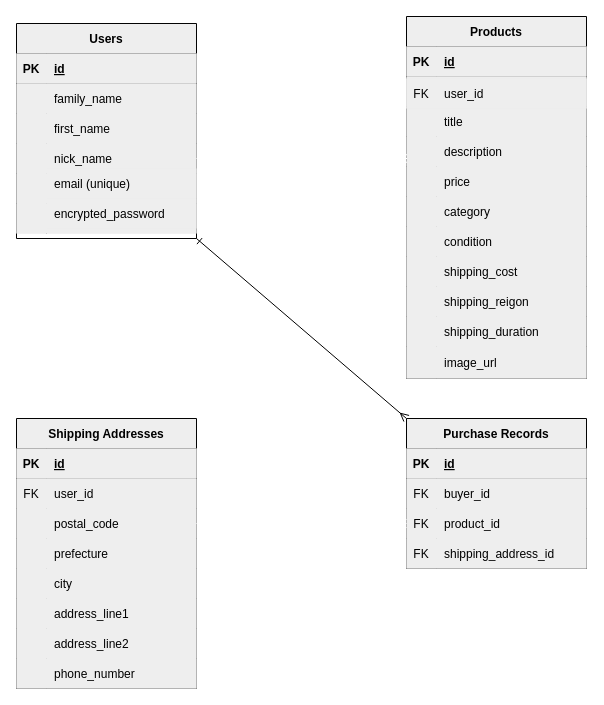
Earlier version of the draw.io diagram ER図.dio (swanmask353/furima-40464). Source tidied: cells renumbered, new cells numbered last; positions are measured from the earlier drawing's top-left corner, leaving out a move shared by most shapes. Both pictures are drawn from the tidied source at 100%, with x=0, y=0 at pixel (-44, 16).
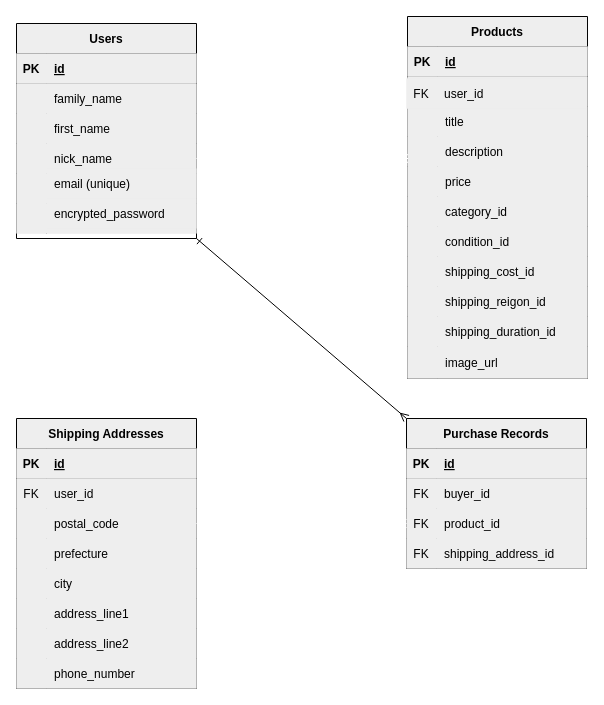
The same page after the edit.

Commit message (it also covers changes not shown here):
ER図の変更（再）

Unchanged cells that the change refers to:
```xml
<mxCell id="39" style="shape=tableRow;horizontal=0;startSize=0;swimlaneHead=0;swimlaneBody=0;fillColor=#eeeeee;top=0;left=0;right=0;bottom=0;strokeColor=#030303;fontColor=#000000;" parent="23" vertex="1">
  <mxGeometry y="180" width="180" height="30" as="geometry" />
</mxCell>
<mxCell id="42" style="shape=tableRow;horizontal=0;startSize=0;swimlaneHead=0;swimlaneBody=0;fillColor=#eeeeee;top=0;left=0;right=0;bottom=0;strokeColor=#030303;fontColor=#000000;" parent="23" vertex="1">
  <mxGeometry y="210" width="180" height="30" as="geometry" />
</mxCell>
<mxCell id="45" style="shape=tableRow;horizontal=0;startSize=0;swimlaneHead=0;swimlaneBody=0;fillColor=#eeeeee;top=0;left=0;right=0;bottom=0;strokeColor=#030303;fontColor=#000000;" parent="23" vertex="1">
  <mxGeometry y="240" width="180" height="30" as="geometry" />
</mxCell>
<mxCell id="48" style="shape=tableRow;horizontal=0;startSize=0;swimlaneHead=0;swimlaneBody=0;fillColor=#eeeeee;top=0;left=0;right=0;bottom=0;strokeColor=#030303;fontColor=#000000;" parent="23" vertex="1">
  <mxGeometry y="270" width="180" height="30" as="geometry" />
</mxCell>
<mxCell id="51" style="shape=tableRow;horizontal=0;startSize=0;swimlaneHead=0;swimlaneBody=0;fillColor=#eeeeee;top=0;left=0;right=0;bottom=0;strokeColor=#030303;fontColor=#000000;" parent="23" vertex="1">
  <mxGeometry y="300" width="180" height="30" as="geometry" />
</mxCell>
```

The edit, as a diff of the source:
```diff
@@
     <mxCell id="23" value="Products" style="shape=table;startSize=30;childLayout=tableLayout;rowLines=0;fontStyle=1;align=center;strokeColor=#030303;fillColor=#eeeeee;fontColor=#000000;" parent="1" vertex="1">
-      <mxGeometry x="450" width="180" height="362" as="geometry" />
+      <mxGeometry x="451" width="180" height="362" as="geometry" />
     </mxCell>
@@
-    <mxCell id="41" value="category" style="shape=partialRectangle;fillColor=#eeeeee;top=0;left=0;bottom=0;right=0;align=left;spacingLeft=6;overflow=hidden;strokeColor=#030303;fontColor=#000000;" parent="39" vertex="1">
+    <mxCell id="41" value="category_id   " style="shape=partialRectangle;fillColor=#eeeeee;top=0;left=0;bottom=0;right=0;align=left;spacingLeft=6;overflow=hidden;strokeColor=#030303;fontColor=#000000;" parent="39" vertex="1">
       <mxGeometry x="30" width="150" height="30" as="geometry" />
     </mxCell>
@@
-    <mxCell id="44" value="condition" style="shape=partialRectangle;fillColor=#eeeeee;top=0;left=0;bottom=0;right=0;align=left;spacingLeft=6;overflow=hidden;strokeColor=#030303;fontColor=#000000;" parent="42" vertex="1">
+    <mxCell id="44" value="condition_id" style="shape=partialRectangle;fillColor=#eeeeee;top=0;left=0;bottom=0;right=0;align=left;spacingLeft=6;overflow=hidden;strokeColor=#030303;fontColor=#000000;" parent="42" vertex="1">
       <mxGeometry x="30" width="150" height="30" as="geometry" />
     </mxCell>
@@
-    <mxCell id="47" value="shipping_cost" style="shape=partialRectangle;fillColor=#eeeeee;top=0;left=0;bottom=0;right=0;align=left;spacingLeft=6;overflow=hidden;strokeColor=#030303;fontColor=#000000;" parent="45" vertex="1">
+    <mxCell id="47" value="shipping_cost_id" style="shape=partialRectangle;fillColor=#eeeeee;top=0;left=0;bottom=0;right=0;align=left;spacingLeft=6;overflow=hidden;strokeColor=#030303;fontColor=#000000;" parent="45" vertex="1">
       <mxGeometry x="30" width="150" height="30" as="geometry" />
     </mxCell>
@@
-    <mxCell id="50" value="shipping_reigon" style="shape=partialRectangle;fillColor=#eeeeee;top=0;left=0;bottom=0;right=0;align=left;spacingLeft=6;overflow=hidden;strokeColor=#030303;fontColor=#000000;" parent="48" vertex="1">
+    <mxCell id="50" value="shipping_reigon_id" style="shape=partialRectangle;fillColor=#eeeeee;top=0;left=0;bottom=0;right=0;align=left;spacingLeft=6;overflow=hidden;strokeColor=#030303;fontColor=#000000;" parent="48" vertex="1">
       <mxGeometry x="30" width="150" height="30" as="geometry" />
     </mxCell>
@@
-    <mxCell id="53" value="shipping_duration" style="shape=partialRectangle;fillColor=#eeeeee;top=0;left=0;bottom=0;right=0;align=left;spacingLeft=6;overflow=hidden;strokeColor=#030303;fontColor=#000000;" parent="51" vertex="1">
+    <mxCell id="53" value="shipping_duration_id" style="shape=partialRectangle;fillColor=#eeeeee;top=0;left=0;bottom=0;right=0;align=left;spacingLeft=6;overflow=hidden;strokeColor=#030303;fontColor=#000000;" parent="51" vertex="1">
       <mxGeometry x="30" width="150" height="30" as="geometry" />
     </mxCell>
```
